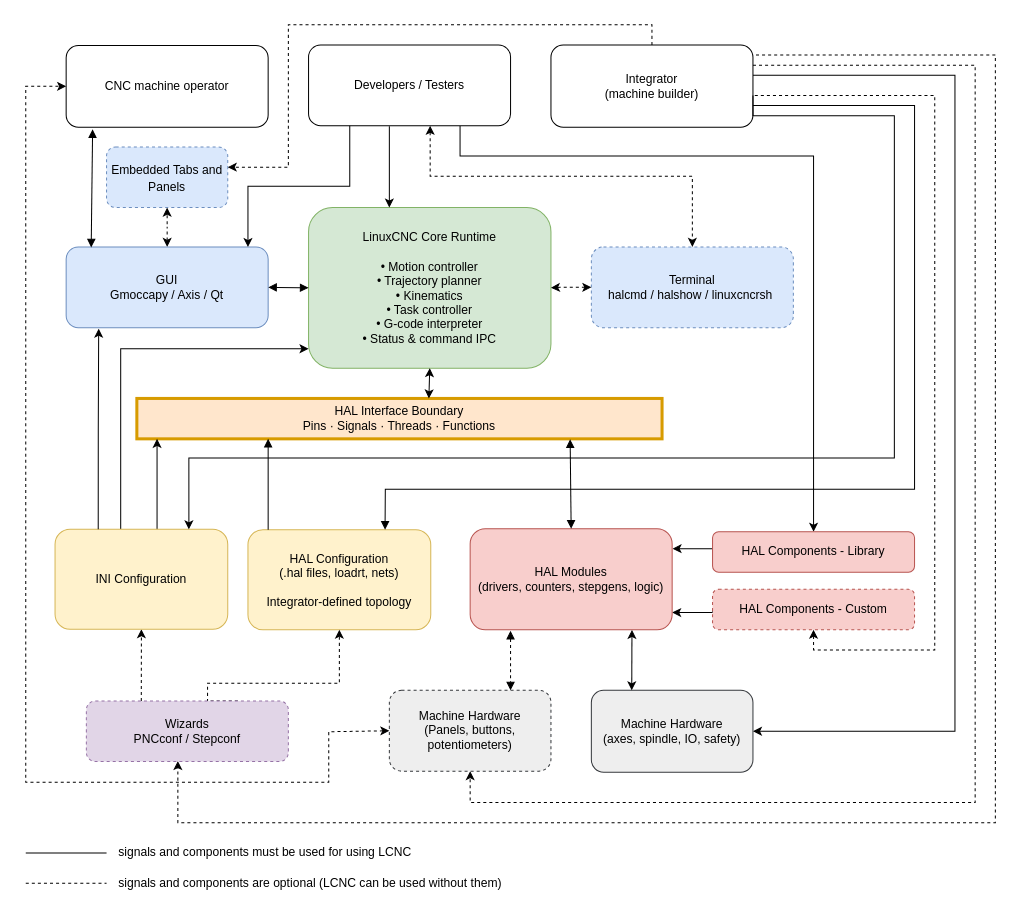
LinuxCNC/linuxcnc keeps this draw.io diagram as docs/src/getting-started/images/LCNC_Architecture_C1.drawio. Above is the earlier version. Source tidied: cells renumbered, new cells numbered last; positions are measured from the earlier drawing's top-left corner, leaving out a move shared by most shapes. Both pictures are drawn from the tidied source at 101%, with x=0, y=0 at pixel (25, 24).
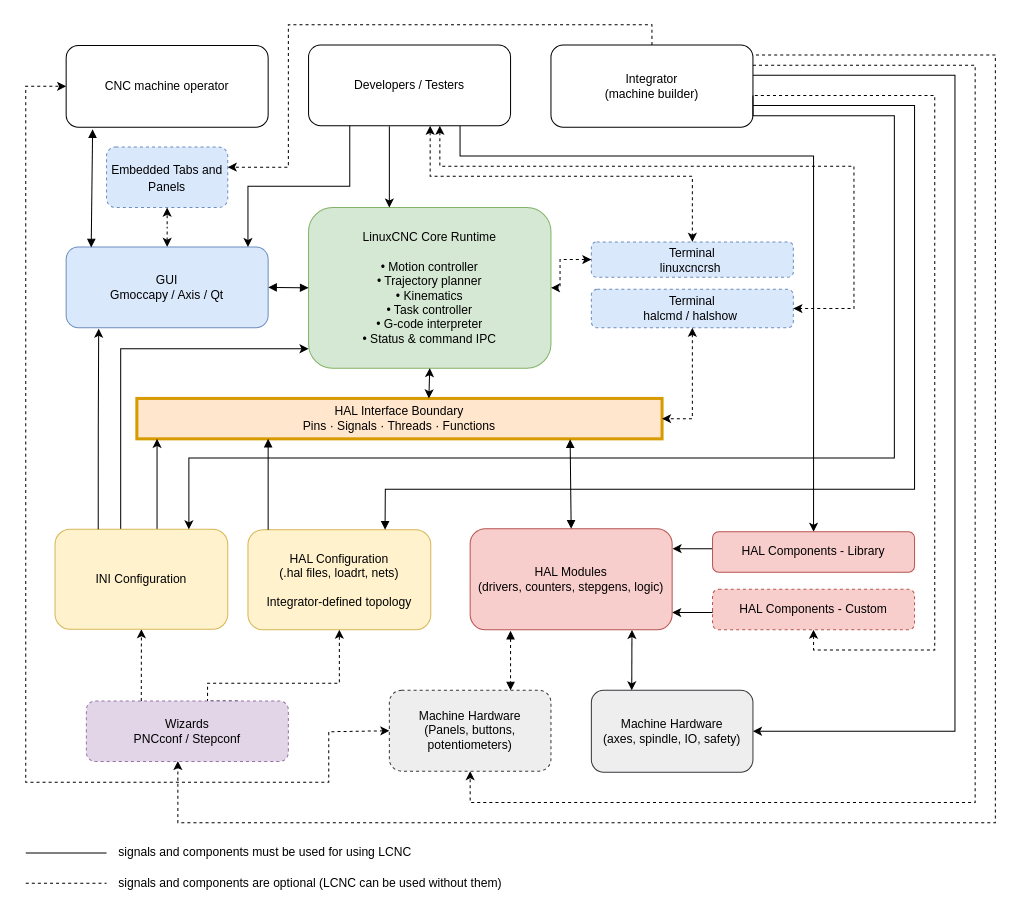
The same diagram, later.

Commit message:
docs: Architecture C1 - keep the .drawio source in step with the figure

Unchanged cells that the change refers to:
```xml
<mxCell id="5" value="LinuxCNC Core Runtime&#10;&#10;• Motion controller&#10;• Trajectory planner&#10;• Kinematics&#10;• Task controller&#10;• G-code interpreter&#10;• Status &amp; command IPC" style="rounded=1;whiteSpace=wrap;html=1;fillColor=#d5e8d4;strokeColor=#82b366;" parent="1" vertex="1">
  <mxGeometry x="280" y="181" width="240" height="159" as="geometry" />
</mxCell>
<mxCell id="6" value="HAL Interface Boundary&#10;Pins · Signals · Threads · Functions" style="whiteSpace=wrap;html=1;strokeWidth=3;fillColor=#ffe6cc;strokeColor=#d79b00;" parent="1" vertex="1">
  <mxGeometry x="110" y="370" width="520" height="40" as="geometry" />
</mxCell>
<mxCell id="30" value="Developers / Testers" style="rounded=1;whiteSpace=wrap;html=1;fillColor=#ffffff;strokeColor=#000000;" parent="1" vertex="1">
  <mxGeometry x="280" y="20" width="200" height="80" as="geometry" />
</mxCell>
```

The edit, as a diff of the source:
```diff
@@
-    <mxCell id="42" value="Terminal&lt;br&gt;halcmd / halshow / linuxcncrsh&amp;nbsp;" style="rounded=1;whiteSpace=wrap;html=1;fillColor=#dae8fc;strokeColor=#6c8ebf;dashed=1;" parent="1" vertex="1">
-      <mxGeometry x="560" y="220" width="200" height="80" as="geometry" />
+    <mxCell id="42" value="Terminal&lt;br&gt;linuxcncrsh&amp;nbsp;" style="rounded=1;whiteSpace=wrap;html=1;fillColor=#dae8fc;strokeColor=#6c8ebf;dashed=1;" parent="1" vertex="1">
+      <mxGeometry x="560" y="215" width="200" height="35" as="geometry" />
     </mxCell>
+    <mxCell id="51" value="Terminal&lt;br&gt;halcmd / halshow&amp;nbsp;" style="rounded=1;whiteSpace=wrap;html=1;fillColor=#dae8fc;strokeColor=#6c8ebf;dashed=1;" parent="1" vertex="1">
+      <mxGeometry x="560" y="262" width="200" height="38" as="geometry" />
+    </mxCell>
+    <mxCell id="52" style="edgeStyle=orthogonalEdgeStyle;rounded=0;jettySize=auto;html=1;entryX=1;entryY=0.5;entryDx=0;entryDy=0;startArrow=classic;startFill=1;dashed=1;exitX=0.5;exitY=1;exitDx=0;exitDy=0;" parent="1" edge="1" source="51" target="6">
+      <mxGeometry relative="1" as="geometry" />
+    </mxCell>
+    <mxCell id="53" style="edgeStyle=orthogonalEdgeStyle;rounded=0;jettySize=auto;html=1;dashed=1;startArrow=classic;startFill=1;exitX=0.65;exitY=1;exitDx=0;exitDy=0;exitPerimeter=0;entryX=1;entryY=0.5;entryDx=0;entryDy=0;" parent="1" edge="1" source="30" target="51">
+      <mxGeometry relative="1" as="geometry">
+        <Array as="points">
+          <mxPoint x="410" y="140" />
+          <mxPoint x="820" y="140" />
+          <mxPoint x="820" y="281" />
+        </Array>
+      </mxGeometry>
+    </mxCell>
     <mxCell id="43" style="edgeStyle=orthogonalEdgeStyle;rounded=0;jettySize=auto;html=1;entryX=1;entryY=0.5;entryDx=0;entryDy=0;startArrow=classic;startFill=1;dashed=1;exitX=0;exitY=0.5;exitDx=0;exitDy=0;" parent="1" edge="1" source="42" target="5">
       <mxGeometry relative="1" as="geometry">
         <Array as="points">
-          <mxPoint x="529" y="260" />
+          <mxPoint x="529" y="232" />
         </Array>
       </mxGeometry>
     </mxCell>
```
